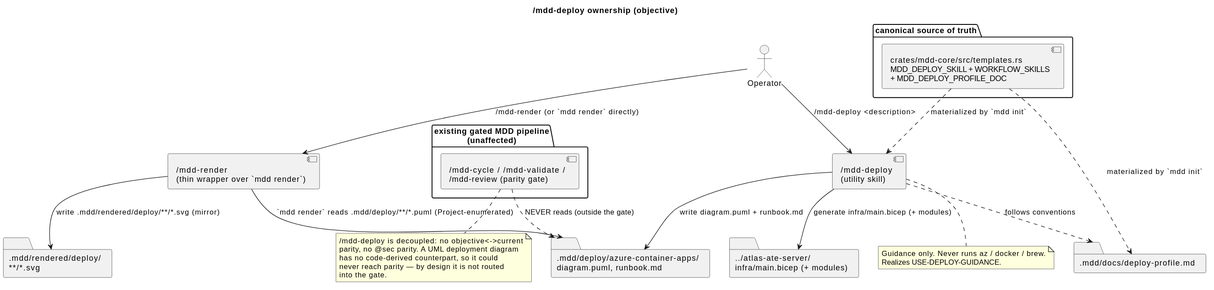
cthadeufaria/model-driven-development keeps this PlantUML diagram as .mdd/rendered/models/objective/components/deploy-guidance.svg. Above is the earlier version.
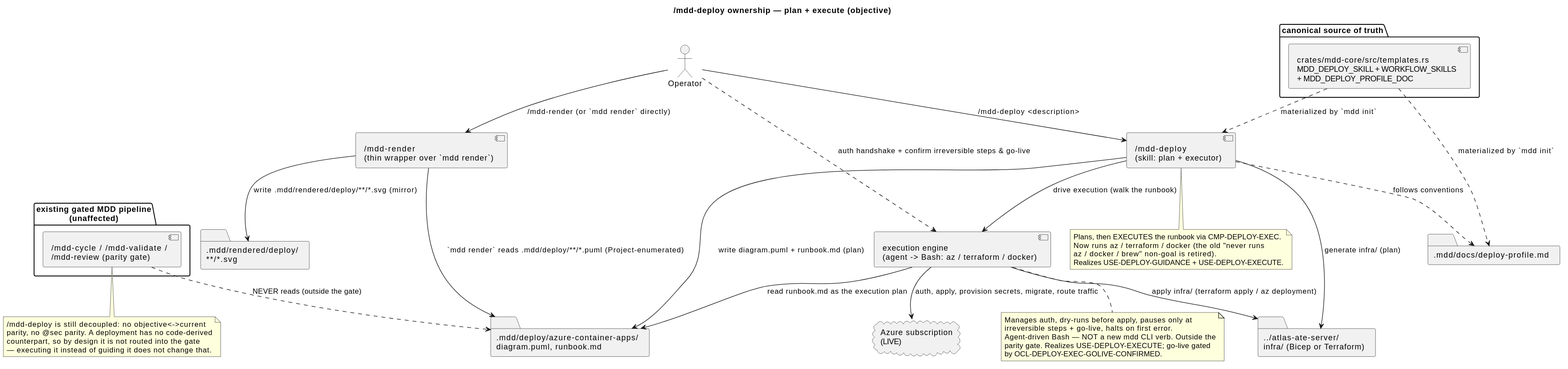
Above is the later version.

Change to the diagram source:
```diff
@@ -1,15 +1,17 @@
 @startuml
-title /mdd-deploy ownership (objective)
+title /mdd-deploy ownership — plan + execute (objective)
 
 actor "Operator" as Op
 
-component "/mdd-deploy\n(utility skill)" as Skill
+component "/mdd-deploy\n(skill: plan + executor)" as Skill
 component "/mdd-render\n(thin wrapper over `mdd render`)" as Render
+component "execution engine\n(agent -> Bash: az / terraform / docker)" as Exec
 
 folder ".mdd/deploy/azure-container-apps/\ndiagram.puml, runbook.md" as Store
-folder "../atlas-ate-server/\ninfra/main.bicep (+ modules)" as Target
+folder "../atlas-ate-server/\ninfra/ (Bicep or Terraform)" as Target
 folder ".mdd/rendered/deploy/\n**/*.svg" as Rendered
 folder ".mdd/docs/deploy-profile.md" as ProfileDoc
+cloud "Azure subscription\n(LIVE)" as Az
 
 package "canonical source of truth" {
   component "crates/mdd-core/src/templates.rs\nMDD_DEPLOY_SKILL + WORKFLOW_SKILLS\n+ MDD_DEPLOY_PROFILE_DOC" as Templates
@@ -22,24 +24,38 @@
 Op --> Skill : /mdd-deploy <description>
 Templates ..> Skill : materialized by `mdd init`
 Templates ..> ProfileDoc : materialized by `mdd init`
-Skill --> Store : write diagram.puml + runbook.md
-Skill --> Target : generate infra/main.bicep (+ modules)
+Skill --> Store : write diagram.puml + runbook.md (plan)
+Skill --> Target : generate infra/ (plan)
 Skill ..> ProfileDoc : follows conventions
+Skill --> Exec : drive execution (walk the runbook)
+Exec --> Store : read runbook.md as the execution plan
+Exec --> Target : apply infra/ (terraform apply / az deployment)
+Exec --> Az : auth, apply, provision secrets, migrate, route traffic
+Op ..> Exec : auth handshake + confirm irreversible steps & go-live
 Op --> Render : /mdd-render (or `mdd render` directly)
 Render --> Store : `mdd render` reads .mdd/deploy/**/*.puml (Project-enumerated)
 Render --> Rendered : write .mdd/rendered/deploy/**/*.svg (mirror)
 Gate ..> Store : NEVER reads (outside the gate)
 
 note bottom of Skill
-  Guidance only. Never runs az / docker / brew.
-  Realizes USE-DEPLOY-GUIDANCE.
+  Plans, then EXECUTES the runbook via CMP-DEPLOY-EXEC.
+  Now runs az / terraform / docker (the old "never runs
+  az / docker / brew" non-goal is retired).
+  Realizes USE-DEPLOY-GUIDANCE + USE-DEPLOY-EXECUTE.
+end note
+
+note bottom of Exec
+  Manages auth, dry-runs before apply, pauses only at
+  irreversible steps + go-live, halts on first error.
+  Agent-driven Bash — NOT a new mdd CLI verb. Outside the
+  parity gate. Realizes USE-DEPLOY-EXECUTE; go-live gated
+  by OCL-DEPLOY-EXEC-GOLIVE-CONFIRMED.
 end note
 
 note bottom of Gate
-  /mdd-deploy is decoupled: no objective<->current
-  parity, no @sec parity. A UML deployment diagram
-  has no code-derived counterpart, so it could
-  never reach parity — by design it is not routed
-  into the gate.
+  /mdd-deploy is still decoupled: no objective<->current
+  parity, no @sec parity. A deployment has no code-derived
+  counterpart, so by design it is not routed into the gate
+  — executing it instead of guiding it does not change that.
 end note
 @enduml
```
